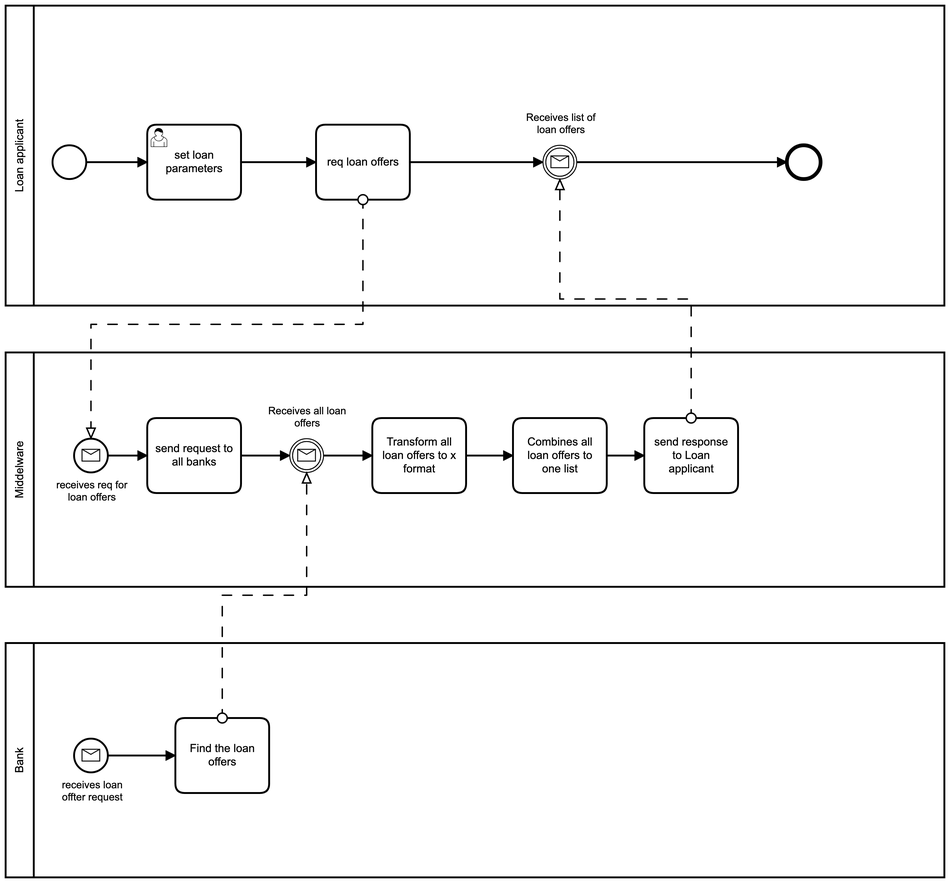
This is group-project-2-EI-patterns/assets/diagram.png from pravien/System-Integration, a BPMN export, as it was before one commit. Its source is kept beside it as group-project-2-EI-patterns/diagram.bpmn. Ids are renumbered.
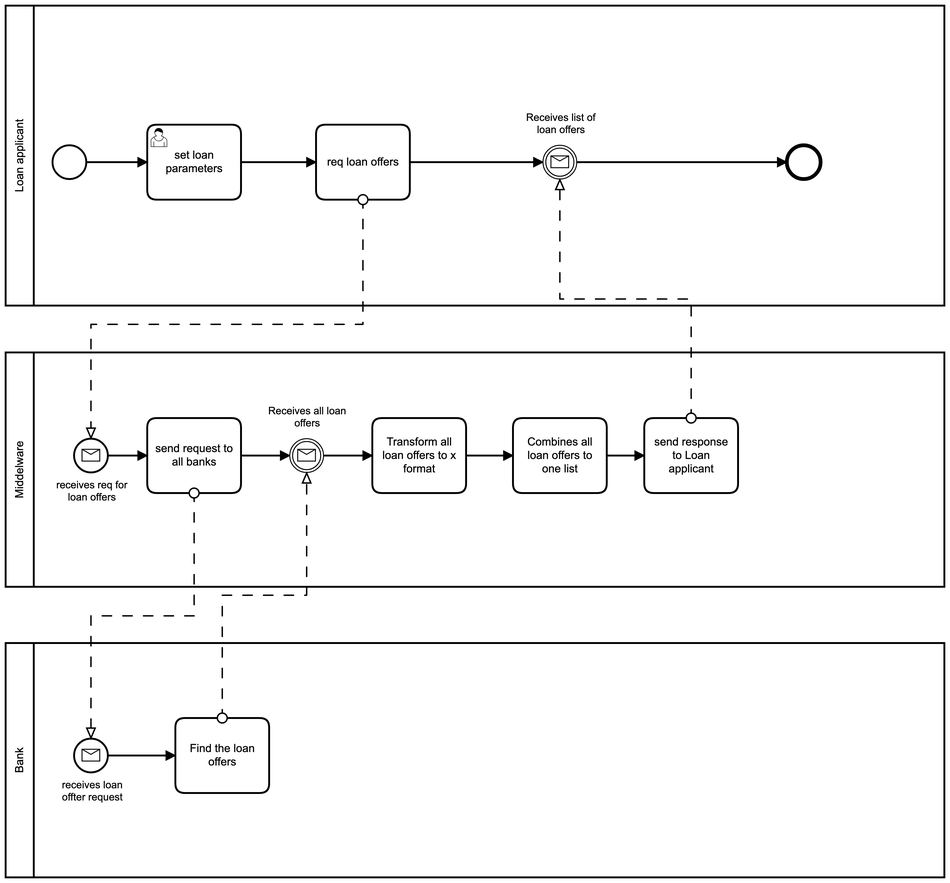
Later version of the same file.

Change to the diagram source:
```diff
@@ -6,41 +6,20 @@
     <bpmn:messageFlow id="MessageFlow_n9" sourceRef="Task_n10" targetRef="IntermediateCatchEvent_n11" />
     <bpmn:messageFlow id="MessageFlow_n12" sourceRef="Task_n13" targetRef="StartEvent_n14" />
     <bpmn:messageFlow id="MessageFlow_n15" sourceRef="Task_n16" targetRef="IntermediateCatchEvent_n17" />
-    <bpmn:messageFlow id="MessageFlow_n18" sourceRef="Task_n19" targetRef="StartEvent_n20" />
-    <bpmn:messageFlow id="MessageFlow_n21" sourceRef="Task_n22" targetRef="StartEvent_n23" />
-    <bpmn:messageFlow id="MessageFlow_n24" sourceRef="Task_n25" targetRef="Task_n26" />
-    <bpmn:messageFlow id="MessageFlow_n27" sourceRef="Task_n28" targetRef="Task_n26" />
-    <bpmn:messageFlow id="MessageFlow_n29" sourceRef="Task_n26" targetRef="IntermediateCatchEvent_n30" />
+    <bpmn:messageFlow id="MessageFlow_n73" sourceRef="Task_n49" targetRef="StartEvent_n63" />
   </bpmn:collaboration>
   <bpmn:process id="Process_n4" isExecutable="true">
     <bpmn:startEvent id="StartEvent_1">
       <bpmn:outgoing>SequenceFlow_n31</bpmn:outgoing>
     </bpmn:startEvent>
-    <bpmn:exclusiveGateway id="ExclusiveGateway_n32">
-      <bpmn:incoming>SequenceFlow_n33</bpmn:incoming>
-      <bpmn:outgoing>SequenceFlow_n34</bpmn:outgoing>
-      <bpmn:outgoing>SequenceFlow_n35</bpmn:outgoing>
-    </bpmn:exclusiveGateway>
     <bpmn:intermediateCatchEvent id="IntermediateCatchEvent_n17" name="Receives list of loan offers">
       <bpmn:incoming>SequenceFlow_n36</bpmn:incoming>
-      <bpmn:outgoing>SequenceFlow_n33</bpmn:outgoing>
+      <bpmn:outgoing>SequenceFlow_n74</bpmn:outgoing>
       <bpmn:messageEventDefinition id="MessageEventDefinition_n37" />
     </bpmn:intermediateCatchEvent>
     <bpmn:endEvent id="EndEvent_n38">
-      <bpmn:incoming>SequenceFlow_n35</bpmn:incoming>
+      <bpmn:incoming>SequenceFlow_n74</bpmn:incoming>
     </bpmn:endEvent>
-    <bpmn:intermediateCatchEvent id="IntermediateCatchEvent_n30" name="received loan offer response">
-      <bpmn:incoming>SequenceFlow_n39</bpmn:incoming>
-      <bpmn:outgoing>SequenceFlow_n40</bpmn:outgoing>
-      <bpmn:messageEventDefinition id="MessageEventDefinition_n41" />
-    </bpmn:intermediateCatchEvent>
-    <bpmn:endEvent id="EndEvent_n42">
-      <bpmn:incoming>SequenceFlow_n40</bpmn:incoming>
-    </bpmn:endEvent>
-    <bpmn:userTask id="Task_n43" name="Pick offer">
-      <bpmn:incoming>SequenceFlow_n34</bpmn:incoming>
-      <bpmn:outgoing>SequenceFlow_n44</bpmn:outgoing>
-    </bpmn:userTask>
     <bpmn:task id="Task_n13" name="req loan offers">
       <bpmn:incoming>SequenceFlow_n45</bpmn:incoming>
       <bpmn:outgoing>SequenceFlow_n36</bpmn:outgoing>
@@ -49,19 +28,10 @@
       <bpmn:incoming>SequenceFlow_n31</bpmn:incoming>
       <bpmn:outgoing>SequenceFlow_n45</bpmn:outgoing>
     </bpmn:userTask>
-    <bpmn:userTask id="Task_n19" name="Fill loan applicant form">
-      <bpmn:incoming>SequenceFlow_n44</bpmn:incoming>
-      <bpmn:outgoing>SequenceFlow_n39</bpmn:outgoing>
-    </bpmn:userTask>
     <bpmn:sequenceFlow id="SequenceFlow_n36" sourceRef="Task_n13" targetRef="IntermediateCatchEvent_n17" />
-    <bpmn:sequenceFlow id="SequenceFlow_n33" sourceRef="IntermediateCatchEvent_n17" targetRef="ExclusiveGateway_n32" />
-    <bpmn:sequenceFlow id="SequenceFlow_n34" sourceRef="ExclusiveGateway_n32" targetRef="Task_n43" />
-    <bpmn:sequenceFlow id="SequenceFlow_n35" name="Doesn&#39;t pick offer" sourceRef="ExclusiveGateway_n32" targetRef="EndEvent_n38" />
-    <bpmn:sequenceFlow id="SequenceFlow_n44" sourceRef="Task_n43" targetRef="Task_n19" />
-    <bpmn:sequenceFlow id="SequenceFlow_n39" sourceRef="Task_n19" targetRef="IntermediateCatchEvent_n30" />
-    <bpmn:sequenceFlow id="SequenceFlow_n40" sourceRef="IntermediateCatchEvent_n30" targetRef="EndEvent_n42" />
     <bpmn:sequenceFlow id="SequenceFlow_n31" sourceRef="StartEvent_1" targetRef="Task_n46" />
     <bpmn:sequenceFlow id="SequenceFlow_n45" sourceRef="Task_n46" targetRef="Task_n13" />
+    <bpmn:sequenceFlow id="SequenceFlow_n74" sourceRef="IntermediateCatchEvent_n17" targetRef="EndEvent_n38" />
   </bpmn:process>
   <bpmn:process id="Process_n6" isExecutable="false">
     <bpmn:startEvent id="StartEvent_n14" name="receives req for loan offers">
@@ -93,35 +63,11 @@
     <bpmn:task id="Task_n16" name="send response to Loan applicant">
       <bpmn:incoming>SequenceFlow_n56</bpmn:incoming>
     </bpmn:task>
-    <bpmn:startEvent id="StartEvent_n20" name="receives loan applicant form">
-      <bpmn:extensionElements>
-        <camunda:properties>
-          <camunda:property />
-        </camunda:properties>
-      </bpmn:extensionElements>
-      <bpmn:outgoing>SequenceFlow_n57</bpmn:outgoing>
-      <bpmn:messageEventDefinition id="MessageEventDefinition_n58" />
-    </bpmn:startEvent>
-    <bpmn:task id="Task_n59" name="tranform the request to the correct format">
-      <bpmn:incoming>SequenceFlow_n60</bpmn:incoming>
-      <bpmn:outgoing>SequenceFlow_n61</bpmn:outgoing>
-    </bpmn:task>
-    <bpmn:task id="Task_n22" name="send request to bank">
-      <bpmn:incoming>SequenceFlow_n61</bpmn:incoming>
-    </bpmn:task>
-    <bpmn:task id="Task_n26" name="Transform response format" />
-    <bpmn:exclusiveGateway id="ExclusiveGateway_n62">
-      <bpmn:incoming>SequenceFlow_n57</bpmn:incoming>
-      <bpmn:outgoing>SequenceFlow_n60</bpmn:outgoing>
-    </bpmn:exclusiveGateway>
     <bpmn:sequenceFlow id="SequenceFlow_n47" sourceRef="StartEvent_n14" targetRef="Task_n49" />
     <bpmn:sequenceFlow id="SequenceFlow_n50" sourceRef="Task_n49" targetRef="IntermediateCatchEvent_n11" />
     <bpmn:sequenceFlow id="SequenceFlow_n51" sourceRef="IntermediateCatchEvent_n11" targetRef="Task_n53" />
     <bpmn:sequenceFlow id="SequenceFlow_n54" sourceRef="Task_n53" targetRef="Task_n55" />
     <bpmn:sequenceFlow id="SequenceFlow_n56" sourceRef="Task_n55" targetRef="Task_n16" />
-    <bpmn:sequenceFlow id="SequenceFlow_n61" sourceRef="Task_n59" targetRef="Task_n22" />
-    <bpmn:sequenceFlow id="SequenceFlow_n57" sourceRef="StartEvent_n20" targetRef="ExclusiveGateway_n62" />
-    <bpmn:sequenceFlow id="SequenceFlow_n60" name="valid loan form" sourceRef="ExclusiveGateway_n62" targetRef="Task_n59" />
   </bpmn:process>
   <bpmn:process id="Process_n8" isExecutable="false">
     <bpmn:startEvent id="StartEvent_n63" name="receives loan offter request">
@@ -133,52 +79,24 @@
       <bpmn:outgoing>SequenceFlow_n64</bpmn:outgoing>
       <bpmn:messageEventDefinition id="MessageEventDefinition_n65" />
     </bpmn:startEvent>
-    <bpmn:task id="Task_n10" name="Finds the best loan offer">
+    <bpmn:task id="Task_n10" name="Find the loan offers">
       <bpmn:incoming>SequenceFlow_n64</bpmn:incoming>
     </bpmn:task>
-    <bpmn:startEvent id="StartEvent_n23" name="receives loan form">
-      <bpmn:extensionElements>
-        <camunda:properties>
-          <camunda:property />
-        </camunda:properties>
-      </bpmn:extensionElements>
-      <bpmn:outgoing>SequenceFlow_n66</bpmn:outgoing>
-      <bpmn:messageEventDefinition id="MessageEventDefinition_n67" />
-    </bpmn:startEvent>
-    <bpmn:task id="Task_n68" name="verify the applicant">
-      <bpmn:incoming>SequenceFlow_n66</bpmn:incoming>
-      <bpmn:outgoing>SequenceFlow_n69</bpmn:outgoing>
-    </bpmn:task>
-    <bpmn:exclusiveGateway id="ExclusiveGateway_n70">
-      <bpmn:incoming>SequenceFlow_n69</bpmn:incoming>
-      <bpmn:outgoing>SequenceFlow_n71</bpmn:outgoing>
-      <bpmn:outgoing>SequenceFlow_n72</bpmn:outgoing>
-    </bpmn:exclusiveGateway>
-    <bpmn:task id="Task_n28" name="send response loan declined">
-      <bpmn:incoming>SequenceFlow_n72</bpmn:incoming>
-    </bpmn:task>
-    <bpmn:task id="Task_n25" name="send response loan verified">
-      <bpmn:incoming>SequenceFlow_n71</bpmn:incoming>
-    </bpmn:task>
     <bpmn:sequenceFlow id="SequenceFlow_n64" sourceRef="StartEvent_n63" targetRef="Task_n10" />
-    <bpmn:sequenceFlow id="SequenceFlow_n66" sourceRef="StartEvent_n23" targetRef="Task_n68" />
-    <bpmn:sequenceFlow id="SequenceFlow_n69" sourceRef="Task_n68" targetRef="ExclusiveGateway_n70" />
-    <bpmn:sequenceFlow id="SequenceFlow_n71" name="verified" sourceRef="ExclusiveGateway_n70" targetRef="Task_n25" />
-    <bpmn:sequenceFlow id="SequenceFlow_n72" name="declined" sourceRef="ExclusiveGateway_n70" targetRef="Task_n28" />
   </bpmn:process>
   <bpmndi:BPMNDiagram id="BPMNDiagram_1">
     <bpmndi:BPMNPlane id="BPMNPlane_1" bpmnElement="Collaboration_n2">
       <bpmndi:BPMNShape id="Participant_n3_di" bpmnElement="Participant_n3" isHorizontal="true">
-        <dc:Bounds x="129" y="80" width="1581" height="320" />
+        <dc:Bounds x="129" y="80" width="1001" height="320" />
       </bpmndi:BPMNShape>
       <bpmndi:BPMNShape id="_BPMNShape_StartEvent_2" bpmnElement="StartEvent_1">
         <dc:Bounds x="179" y="229" width="36" height="36" />
       </bpmndi:BPMNShape>
       <bpmndi:BPMNShape id="Participant_n5_di" bpmnElement="Participant_n5" isHorizontal="true">
-        <dc:Bounds x="129" y="450" width="1581" height="250" />
+        <dc:Bounds x="129" y="450" width="1001" height="250" />
       </bpmndi:BPMNShape>
       <bpmndi:BPMNShape id="Participant_n7_di" bpmnElement="Participant_n7" isHorizontal="true">
-        <dc:Bounds x="129" y="760" width="1581" height="250" />
+        <dc:Bounds x="129" y="760" width="1001" height="250" />
       </bpmndi:BPMNShape>
       <bpmndi:BPMNShape id="StartEvent_n14_di" bpmnElement="StartEvent_n14">
         <dc:Bounds x="202" y="542" width="36" height="36" />
@@ -265,155 +183,9 @@
         <di:waypoint x="720" y="393" />
         <di:waypoint x="720" y="265" />
       </bpmndi:BPMNEdge>
-      <bpmndi:BPMNShape id="ExclusiveGateway_n32_di" bpmnElement="ExclusiveGateway_n32" isMarkerVisible="true">
-        <dc:Bounds x="785" y="222" width="50" height="50" />
-      </bpmndi:BPMNShape>
-      <bpmndi:BPMNEdge id="SequenceFlow_n33_di" bpmnElement="SequenceFlow_n33">
-        <di:waypoint x="738" y="247" />
-        <di:waypoint x="785" y="247" />
-      </bpmndi:BPMNEdge>
-      <bpmndi:BPMNEdge id="SequenceFlow_n34_di" bpmnElement="SequenceFlow_n34">
-        <di:waypoint x="810" y="222" />
-        <di:waypoint x="810" y="150" />
-        <di:waypoint x="850" y="150" />
-      </bpmndi:BPMNEdge>
-      <bpmndi:BPMNEdge id="SequenceFlow_n44_di" bpmnElement="SequenceFlow_n44">
-        <di:waypoint x="950" y="150" />
-        <di:waypoint x="1020" y="150" />
-      </bpmndi:BPMNEdge>
-      <bpmndi:BPMNShape id="StartEvent_n20_di" bpmnElement="StartEvent_n20">
-        <dc:Bounds x="972" y="532" width="36" height="36" />
-        <bpmndi:BPMNLabel>
-          <dc:Bounds x="956" y="575" width="70" height="27" />
-        </bpmndi:BPMNLabel>
-      </bpmndi:BPMNShape>
-      <bpmndi:BPMNEdge id="MessageFlow_n18_di" bpmnElement="MessageFlow_n18">
-        <di:waypoint x="1070" y="190" />
-        <di:waypoint x="1070" y="360" />
-        <di:waypoint x="990" y="360" />
-        <di:waypoint x="990" y="532" />
-      </bpmndi:BPMNEdge>
-      <bpmndi:BPMNShape id="Task_n59_di" bpmnElement="Task_n59">
-        <dc:Bounds x="1230" y="510" width="100" height="80" />
-      </bpmndi:BPMNShape>
-      <bpmndi:BPMNShape id="Task_n22_di" bpmnElement="Task_n22">
-        <dc:Bounds x="1360" y="510" width="100" height="80" />
-      </bpmndi:BPMNShape>
-      <bpmndi:BPMNShape id="StartEvent_n23_di" bpmnElement="StartEvent_n23">
-        <dc:Bounds x="622" y="862" width="36" height="36" />
-        <bpmndi:BPMNLabel>
-          <dc:Bounds x="597" y="905" width="90" height="14" />
-        </bpmndi:BPMNLabel>
-      </bpmndi:BPMNShape>
-      <bpmndi:BPMNShape id="Task_n68_di" bpmnElement="Task_n68">
-        <dc:Bounds x="730" y="840" width="100" height="80" />
-      </bpmndi:BPMNShape>
-      <bpmndi:BPMNEdge id="SequenceFlow_n66_di" bpmnElement="SequenceFlow_n66">
-        <di:waypoint x="658" y="880" />
-        <di:waypoint x="730" y="880" />
-      </bpmndi:BPMNEdge>
-      <bpmndi:BPMNShape id="ExclusiveGateway_n70_di" bpmnElement="ExclusiveGateway_n70" isMarkerVisible="true">
-        <dc:Bounds x="885" y="855" width="50" height="50" />
-      </bpmndi:BPMNShape>
-      <bpmndi:BPMNEdge id="SequenceFlow_n69_di" bpmnElement="SequenceFlow_n69">
-        <di:waypoint x="830" y="880" />
-        <di:waypoint x="885" y="880" />
-      </bpmndi:BPMNEdge>
-      <bpmndi:BPMNShape id="Task_n25_di" bpmnElement="Task_n25">
-        <dc:Bounds x="1310" y="770" width="100" height="80" />
-      </bpmndi:BPMNShape>
-      <bpmndi:BPMNShape id="Task_n28_di" bpmnElement="Task_n28">
-        <dc:Bounds x="1200" y="860" width="100" height="80" />
-      </bpmndi:BPMNShape>
-      <bpmndi:BPMNEdge id="SequenceFlow_n71_di" bpmnElement="SequenceFlow_n71">
-        <di:waypoint x="910" y="855" />
-        <di:waypoint x="910" y="810" />
-        <di:waypoint x="1310" y="810" />
-        <bpmndi:BPMNLabel>
-          <dc:Bounds x="978" y="793" width="36" height="14" />
-        </bpmndi:BPMNLabel>
-      </bpmndi:BPMNEdge>
-      <bpmndi:BPMNEdge id="SequenceFlow_n72_di" bpmnElement="SequenceFlow_n72">
-        <di:waypoint x="935" y="880" />
-        <di:waypoint x="1068" y="880" />
-        <di:waypoint x="1068" y="900" />
-        <di:waypoint x="1200" y="900" />
-        <bpmndi:BPMNLabel>
-          <dc:Bounds x="1019" y="893" width="41" height="14" />
-        </bpmndi:BPMNLabel>
-      </bpmndi:BPMNEdge>
-      <bpmndi:BPMNEdge id="SequenceFlow_n61_di" bpmnElement="SequenceFlow_n61">
-        <di:waypoint x="1330" y="550" />
-        <di:waypoint x="1360" y="550" />
-      </bpmndi:BPMNEdge>
-      <bpmndi:BPMNEdge id="MessageFlow_n21_di" bpmnElement="MessageFlow_n21">
-        <di:waypoint x="1410" y="590" />
-        <di:waypoint x="1410" y="726" />
-        <di:waypoint x="640" y="726" />
-        <di:waypoint x="640" y="862" />
-      </bpmndi:BPMNEdge>
-      <bpmndi:BPMNShape id="Task_n26_di" bpmnElement="Task_n26">
-        <dc:Bounds x="1510" y="520" width="100" height="80" />
-      </bpmndi:BPMNShape>
-      <bpmndi:BPMNEdge id="MessageFlow_n24_di" bpmnElement="MessageFlow_n24">
-        <di:waypoint x="1360" y="770" />
-        <di:waypoint x="1360" y="685" />
-        <di:waypoint x="1520" y="685" />
-        <di:waypoint x="1520" y="600" />
-      </bpmndi:BPMNEdge>
-      <bpmndi:BPMNEdge id="MessageFlow_n27_di" bpmnElement="MessageFlow_n27">
-        <di:waypoint x="1250" y="860" />
-        <di:waypoint x="1250" y="740" />
-        <di:waypoint x="1590" y="740" />
-        <di:waypoint x="1590" y="600" />
-      </bpmndi:BPMNEdge>
-      <bpmndi:BPMNShape id="IntermediateCatchEvent_n30_di" bpmnElement="IntermediateCatchEvent_n30">
-        <dc:Bounds x="1332" y="132" width="36" height="36" />
-        <bpmndi:BPMNLabel>
-          <dc:Bounds x="1315" y="102" width="71" height="27" />
-        </bpmndi:BPMNLabel>
-      </bpmndi:BPMNShape>
-      <bpmndi:BPMNEdge id="MessageFlow_n29_di" bpmnElement="MessageFlow_n29">
-        <di:waypoint x="1560" y="520" />
-        <di:waypoint x="1560" y="344" />
-        <di:waypoint x="1350" y="344" />
-        <di:waypoint x="1350" y="168" />
-      </bpmndi:BPMNEdge>
-      <bpmndi:BPMNEdge id="SequenceFlow_n39_di" bpmnElement="SequenceFlow_n39">
-        <di:waypoint x="1120" y="150" />
-        <di:waypoint x="1332" y="150" />
-      </bpmndi:BPMNEdge>
-      <bpmndi:BPMNShape id="EndEvent_n42_di" bpmnElement="EndEvent_n42">
-        <dc:Bounds x="1432" y="132" width="36" height="36" />
-      </bpmndi:BPMNShape>
-      <bpmndi:BPMNEdge id="SequenceFlow_n40_di" bpmnElement="SequenceFlow_n40">
-        <di:waypoint x="1368" y="150" />
-        <di:waypoint x="1432" y="150" />
-      </bpmndi:BPMNEdge>
       <bpmndi:BPMNShape id="EndEvent_n38_di" bpmnElement="EndEvent_n38">
         <dc:Bounds x="962" y="229" width="36" height="36" />
       </bpmndi:BPMNShape>
-      <bpmndi:BPMNEdge id="SequenceFlow_n35_di" bpmnElement="SequenceFlow_n35">
-        <di:waypoint x="835" y="247" />
-        <di:waypoint x="962" y="247" />
-        <bpmndi:BPMNLabel>
-          <dc:Bounds x="856" y="229" width="85" height="14" />
-        </bpmndi:BPMNLabel>
-      </bpmndi:BPMNEdge>
-      <bpmndi:BPMNShape id="ExclusiveGateway_n62_di" bpmnElement="ExclusiveGateway_n62" isMarkerVisible="true">
-        <dc:Bounds x="1075" y="525" width="50" height="50" />
-      </bpmndi:BPMNShape>
-      <bpmndi:BPMNEdge id="SequenceFlow_n57_di" bpmnElement="SequenceFlow_n57">
-        <di:waypoint x="1008" y="550" />
-        <di:waypoint x="1075" y="550" />
-      </bpmndi:BPMNEdge>
-      <bpmndi:BPMNEdge id="SequenceFlow_n60_di" bpmnElement="SequenceFlow_n60">
-        <di:waypoint x="1125" y="550" />
-        <di:waypoint x="1230" y="550" />
-        <bpmndi:BPMNLabel>
-          <dc:Bounds x="1142" y="532" width="72" height="14" />
-        </bpmndi:BPMNLabel>
-      </bpmndi:BPMNEdge>
       <bpmndi:BPMNEdge id="SequenceFlow_n31_di" bpmnElement="SequenceFlow_n31">
         <di:waypoint x="215" y="247" />
         <di:waypoint x="280" y="247" />
@@ -422,18 +194,22 @@
         <di:waypoint x="380" y="247" />
         <di:waypoint x="460" y="247" />
       </bpmndi:BPMNEdge>
-      <bpmndi:BPMNShape id="UserTask_0hjqeqi_di" bpmnElement="Task_n43">
-        <dc:Bounds x="850" y="110" width="100" height="80" />
-      </bpmndi:BPMNShape>
       <bpmndi:BPMNShape id="Task_1hhtt71_di" bpmnElement="Task_n13">
         <dc:Bounds x="460" y="207" width="100" height="80" />
       </bpmndi:BPMNShape>
       <bpmndi:BPMNShape id="UserTask_0k409vn_di" bpmnElement="Task_n46">
         <dc:Bounds x="280" y="207" width="100" height="80" />
       </bpmndi:BPMNShape>
-      <bpmndi:BPMNShape id="UserTask_1bg1k37_di" bpmnElement="Task_n19">
-        <dc:Bounds x="1020" y="110" width="100" height="80" />
-      </bpmndi:BPMNShape>
+      <bpmndi:BPMNEdge id="SequenceFlow_n74_di" bpmnElement="SequenceFlow_n74">
+        <di:waypoint x="738" y="247" />
+        <di:waypoint x="962" y="247" />
+      </bpmndi:BPMNEdge>
+      <bpmndi:BPMNEdge id="MessageFlow_n73_di" bpmnElement="MessageFlow_n73">
+        <di:waypoint x="330" y="600" />
+        <di:waypoint x="330" y="731" />
+        <di:waypoint x="220" y="731" />
+        <di:waypoint x="220" y="862" />
+      </bpmndi:BPMNEdge>
     </bpmndi:BPMNPlane>
   </bpmndi:BPMNDiagram>
 </bpmn:definitions>
```
